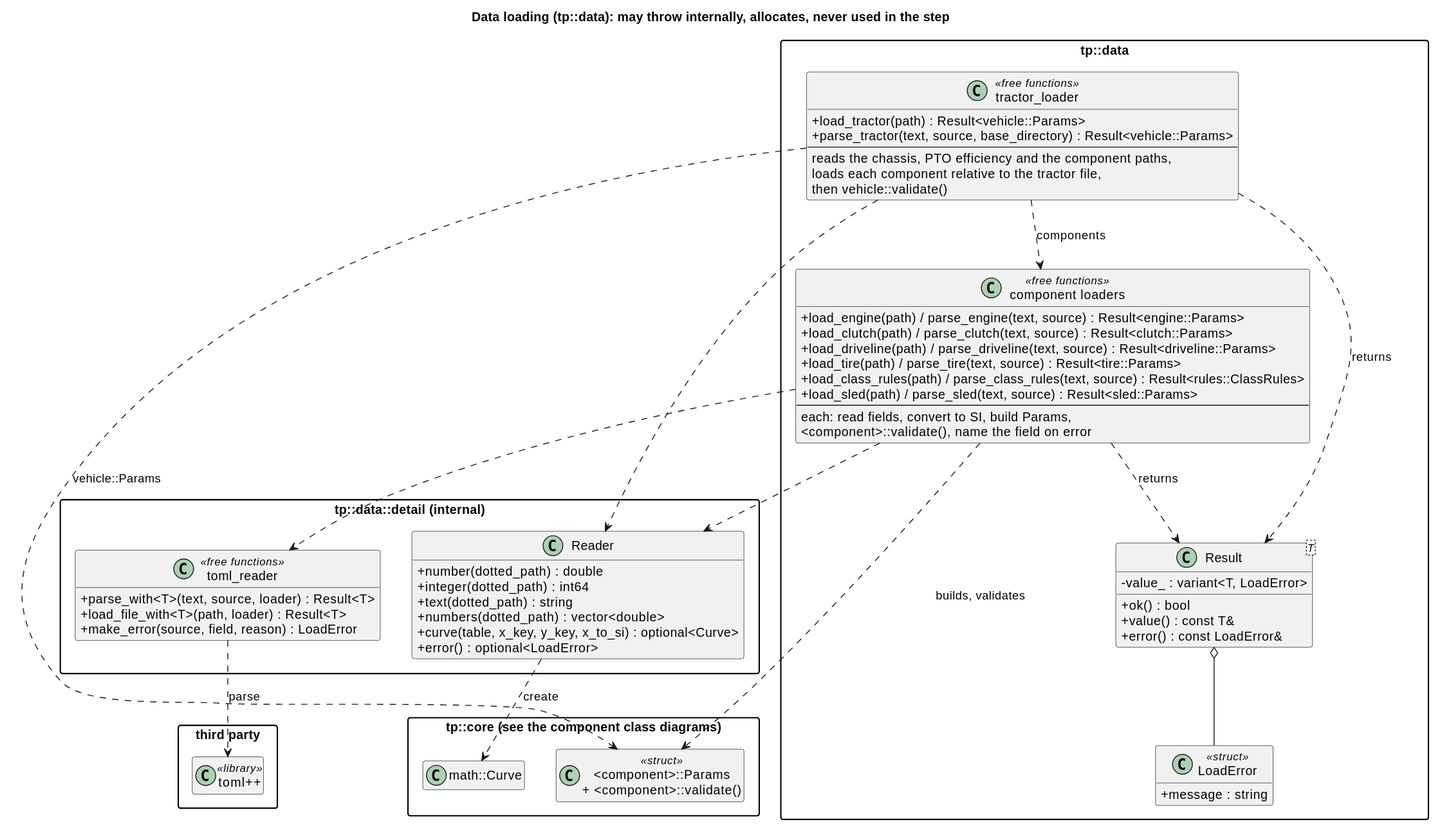
The PlantUML diagram docs/diagrams/svg/data_io_classes.svg in wversteeg/TractorPulling, before a commit.
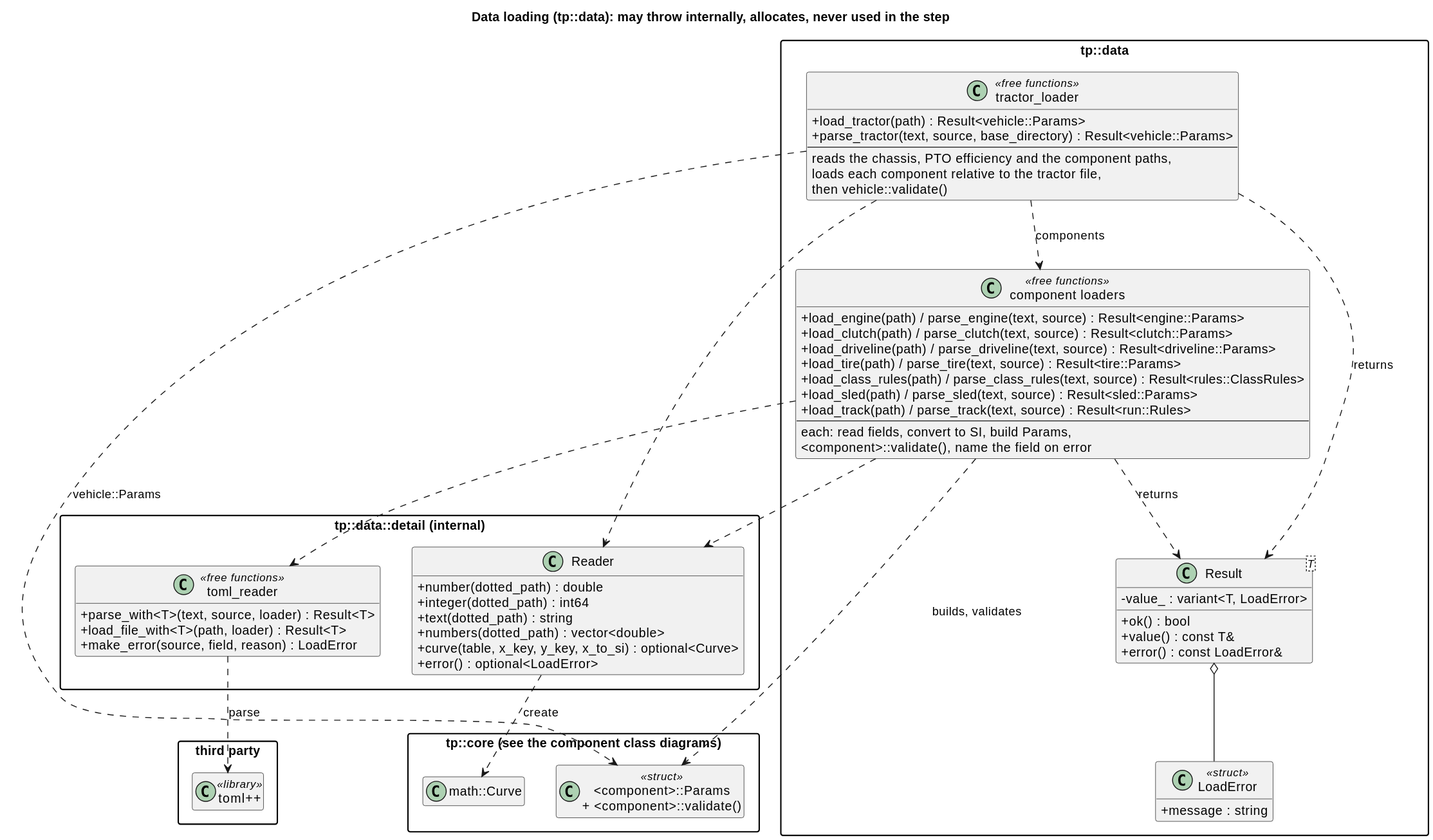
The same file after the commit.

The edit, as a diff of the source:
```diff
@@ -22,6 +22,7 @@
     +load_tire(path) / parse_tire(text, source) : Result<tire::Params>
     +load_class_rules(path) / parse_class_rules(text, source) : Result<rules::ClassRules>
     +load_sled(path) / parse_sled(text, source) : Result<sled::Params>
+    +load_track(path) / parse_track(text, source) : Result<run::Rules>
     --
     each: read fields, convert to SI, build Params,
     <component>::validate(), name the field on error
```
